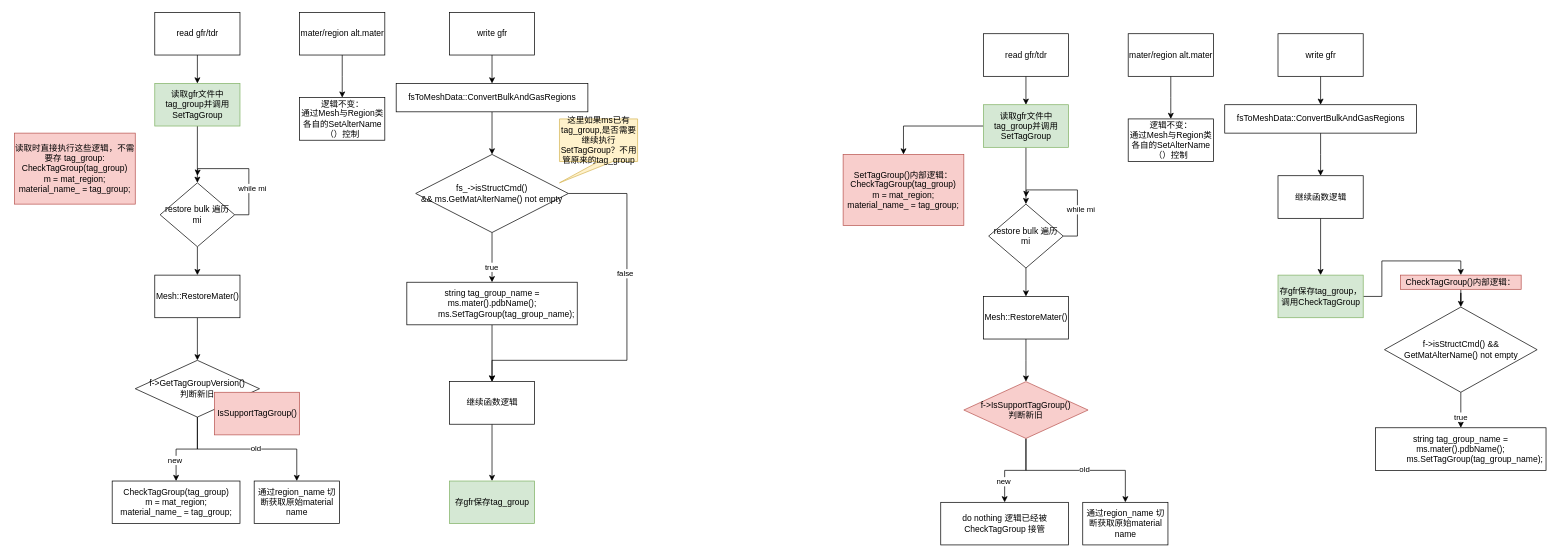
Before: tag_group.drawio in FicmillaR/drawio, a draw.io diagram. Source tidied: cells renumbered, new cells numbered last; positions are measured from the earlier drawing's top-left corner, leaving out a move shared by most shapes. Both pictures are drawn from the tidied source at 71%, with x=0, y=0 at pixel (14, 12).
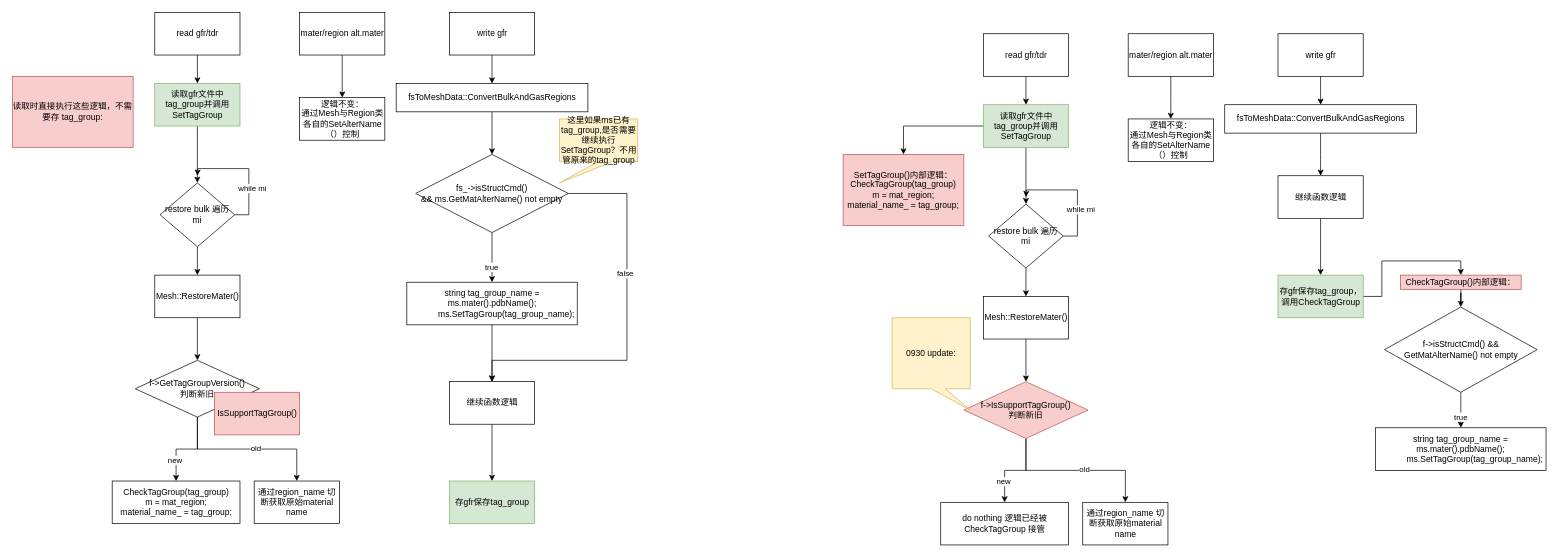
After the change.

The edit, as a diff of the source:
```diff
@@
-    <mxCell id="38" value="&lt;div&gt;读取时直接执行这些逻辑，不需要存 tag_group:&lt;/div&gt;CheckTagGroup(tag_group)&lt;div&gt;&lt;span style=&quot;background-color: transparent; color: light-dark(rgb(0, 0, 0), rgb(255, 255, 255));&quot;&gt;m = mat_region;&lt;/span&gt;&lt;div&gt;material_name_ = tag_group;&lt;/div&gt;&lt;/div&gt;" style="rounded=0;whiteSpace=wrap;html=1;fillColor=#f8cecc;strokeColor=#b85450;" parent="1" vertex="1">
-      <mxGeometry y="170" width="170" height="100" as="geometry" />
+    <mxCell id="38" value="&lt;div&gt;读取时直接执行这些逻辑，不需要存 tag_group:&lt;/div&gt;" style="rounded=0;whiteSpace=wrap;html=1;fillColor=#f8cecc;strokeColor=#b85450;" parent="1" vertex="1">
+      <mxGeometry x="-3" y="90" width="170" height="100" as="geometry" />
     </mxCell>
@@
+    <mxCell id="75" value="0930 update:" style="shape=callout;whiteSpace=wrap;html=1;perimeter=calloutPerimeter;fillColor=#fff2cc;strokeColor=#d6b656;position2=1;rotation=0;" parent="1" vertex="1">
+      <mxGeometry x="1236" y="430" width="110" height="130" as="geometry" />
+    </mxCell>
```
